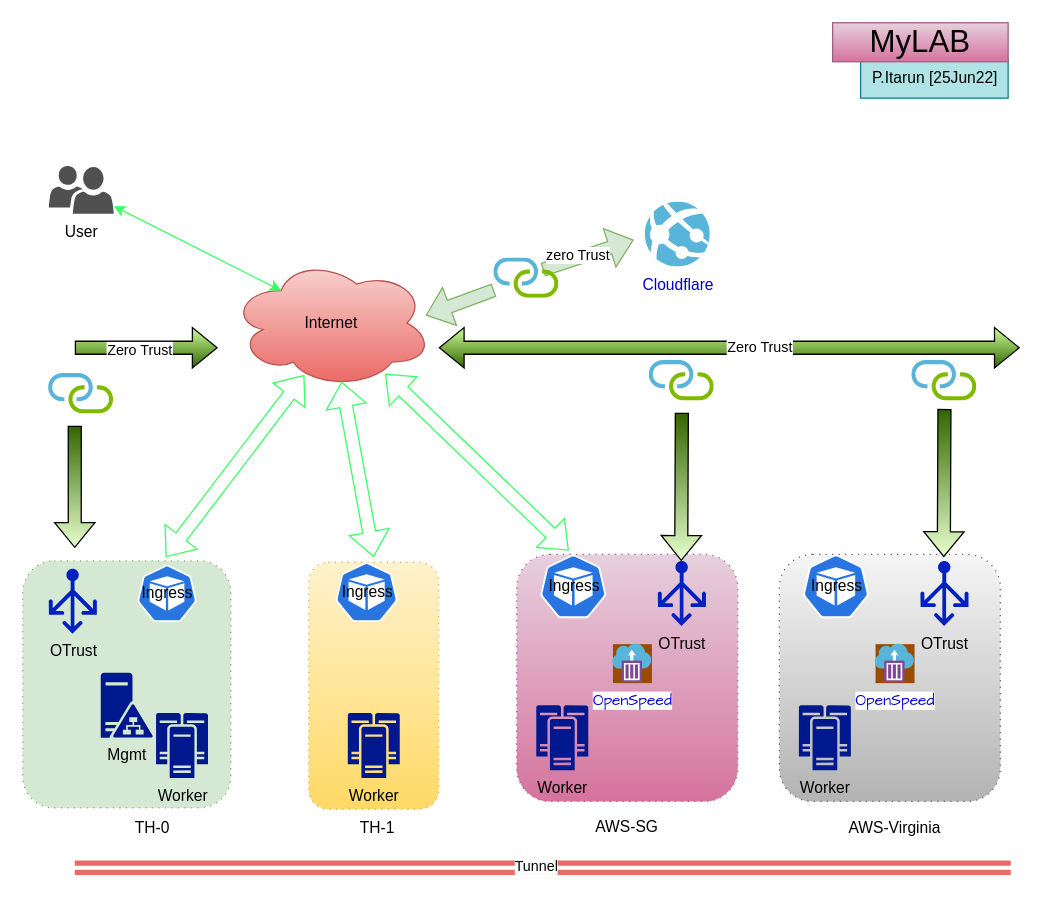
The draw.io diagram page "Page-3" (3 of 4) of swarm_ops_revProxy.drawio in pitimon/Swarm_Ops, before the edit. Source tidied: cells renumbered, new cells numbered last; positions are measured from the earlier drawing's top-left corner, leaving out a move shared by most shapes. Both pictures are drawn from the tidied source at 130%, with x=0, y=0 at pixel (22, 22).
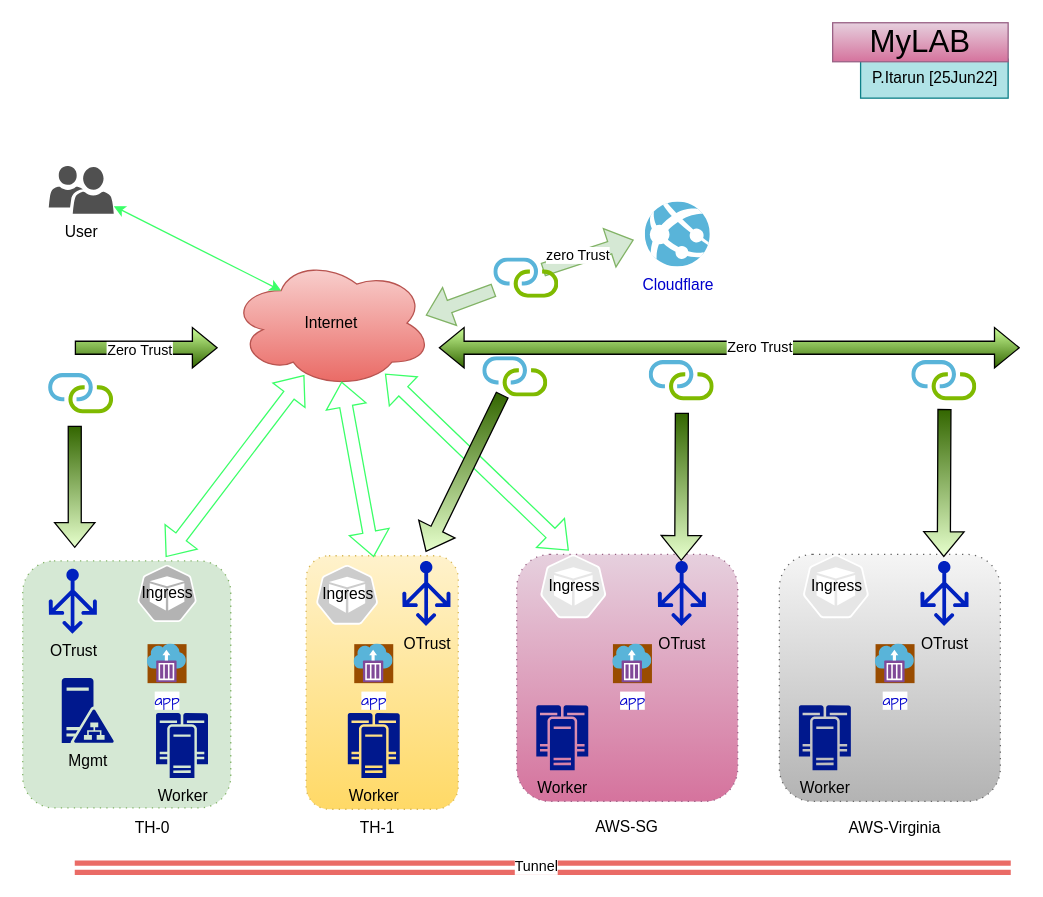
The same page after the edit.

The edit, as a diff of the source:
```diff
@@
     <mxCell id="3" value="Mgmt" style="sketch=0;shadow=0;dashed=0;html=1;strokeColor=none;labelPosition=center;verticalLabelPosition=bottom;verticalAlign=top;align=center;fillColor=#00188D;shape=mxgraph.mscae.enterprise.ad_fs;dashPattern=1 4;" parent="1" vertex="1">
-      <mxGeometry x="60" y="500" width="40" height="50" as="geometry" />
+      <mxGeometry x="30" y="504" width="40" height="50" as="geometry" />
     </mxCell>
@@
-    <mxCell id="6" value="Ingress" style="sketch=0;html=1;dashed=0;whitespace=wrap;fillColor=#2875E2;strokeColor=#ffffff;shape=mxgraph.kubernetes.icon;prIcon=pod;" parent="1" vertex="1">
+    <mxCell id="6" value="Ingress" style="sketch=0;html=1;dashed=0;whitespace=wrap;fillColor=#B3B3B3;strokeColor=#ffffff;shape=mxgraph.kubernetes.icon;prIcon=pod;" parent="1" vertex="1">
       <mxGeometry x="85" y="417" width="52" height="44" as="geometry" />
     </mxCell>
     <mxCell id="7" style="rounded=1;whiteSpace=wrap;html=1;dashed=1;dashPattern=1 4;strokeColor=#d6b656;fillColor=#fff2cc;gradientColor=#ffd966;" parent="1" vertex="1">
-      <mxGeometry x="220" y="415" width="100" height="190" as="geometry" />
+      <mxGeometry x="218" y="410" width="117" height="195" as="geometry" />
     </mxCell>
@@
-    <mxCell id="10" value="Ingress" style="sketch=0;html=1;dashed=0;whitespace=wrap;fillColor=#2875E2;strokeColor=#ffffff;shape=mxgraph.kubernetes.icon;prIcon=pod;" parent="1" vertex="1">
-      <mxGeometry x="235" y="415" width="59" height="46" as="geometry" />
+    <mxCell id="10" value="Ingress" style="sketch=0;html=1;dashed=0;whitespace=wrap;fillColor=#CCCCCC;strokeColor=#ffffff;shape=mxgraph.kubernetes.icon;prIcon=pod;" parent="1" vertex="1">
+      <mxGeometry x="220" y="417" width="59" height="46" as="geometry" />
     </mxCell>
@@
-    <mxCell id="14" value="Ingress" style="sketch=0;html=1;dashed=0;whitespace=wrap;fillColor=#2875E2;strokeColor=#ffffff;shape=mxgraph.kubernetes.icon;prIcon=pod;" parent="1" vertex="1">
+    <mxCell id="14" value="Ingress" style="sketch=0;html=1;dashed=0;whitespace=wrap;fillColor=#E6E6E6;strokeColor=#ffffff;shape=mxgraph.kubernetes.icon;prIcon=pod;" parent="1" vertex="1">
       <mxGeometry x="395" y="409" width="57" height="49" as="geometry" />
     </mxCell>
@@
-    <mxCell id="25" value="OpenSpeed" style="sketch=0;html=1;align=center;image;fontSize=12;image=img/lib/mscae/Container_Instances.svg;dashed=1;dashPattern=1 2;fontFamily=Comic Sans MS;fontColor=#0000CC;gradientColor=#ffffff;gradientDirection=north;imageBackground=#994C00;" parent="1" vertex="1">
+    <mxCell id="25" value="app" style="sketch=0;html=1;align=center;image;fontSize=12;image=img/lib/mscae/Container_Instances.svg;dashed=1;dashPattern=1 2;fontFamily=Comic Sans MS;fontColor=#0000CC;gradientColor=#ffffff;gradientDirection=north;imageBackground=#994C00;" parent="1" vertex="1">
       <mxGeometry x="454" y="478" width="30" height="30" as="geometry" />
     </mxCell>
@@
-    <mxCell id="42" value="Ingress" style="sketch=0;html=1;dashed=0;whitespace=wrap;fillColor=#2875E2;strokeColor=#ffffff;shape=mxgraph.kubernetes.icon;prIcon=pod;" parent="1" vertex="1">
+    <mxCell id="42" value="Ingress" style="sketch=0;html=1;dashed=0;whitespace=wrap;fillColor=#E6E6E6;strokeColor=#ffffff;shape=mxgraph.kubernetes.icon;prIcon=pod;" parent="1" vertex="1">
       <mxGeometry x="597" y="409" width="57" height="49" as="geometry" />
     </mxCell>
-    <mxCell id="43" value="OpenSpeed" style="sketch=0;html=1;align=center;image;fontSize=12;image=img/lib/mscae/Container_Instances.svg;dashed=1;dashPattern=1 2;fontFamily=Comic Sans MS;fontColor=#0000CC;gradientColor=#ffffff;gradientDirection=north;imageBackground=#994C00;" parent="1" vertex="1">
+    <mxCell id="43" value="app" style="sketch=0;html=1;align=center;image;fontSize=12;image=img/lib/mscae/Container_Instances.svg;dashed=1;dashPattern=1 2;fontFamily=Comic Sans MS;fontColor=#0000CC;gradientColor=#ffffff;gradientDirection=north;imageBackground=#994C00;" parent="1" vertex="1">
       <mxGeometry x="656" y="478" width="30" height="30" as="geometry" />
     </mxCell>
@@
+    <mxCell id="49" value="app" style="sketch=0;html=1;align=center;image;fontSize=12;image=img/lib/mscae/Container_Instances.svg;dashed=1;dashPattern=1 2;fontFamily=Comic Sans MS;fontColor=#0000CC;gradientColor=#ffffff;gradientDirection=north;imageBackground=#994C00;" parent="1" vertex="1">
+      <mxGeometry x="96" y="478" width="30" height="30" as="geometry" />
+    </mxCell>
+    <mxCell id="50" value="app" style="sketch=0;html=1;align=center;image;fontSize=12;image=img/lib/mscae/Container_Instances.svg;dashed=1;dashPattern=1 2;fontFamily=Comic Sans MS;fontColor=#0000CC;gradientColor=#ffffff;gradientDirection=north;imageBackground=#994C00;" parent="1" vertex="1">
+      <mxGeometry x="255" y="478" width="30" height="30" as="geometry" />
+    </mxCell>
+    <mxCell id="51" value="OTrust" style="sketch=0;shadow=0;dashed=0;html=1;strokeColor=none;labelPosition=center;verticalLabelPosition=bottom;verticalAlign=top;align=center;fillColor=#0021BF;shape=mxgraph.azure.load_balancer_generic;" parent="1" vertex="1">
+      <mxGeometry x="292" y="414" width="37" height="50" as="geometry" />
+    </mxCell>
+    <mxCell id="52" style="shape=flexArrow;endArrow=none;startArrow=classic;html=1;rounded=0;fillColor=#336600;gradientColor=#E6FFCC;" parent="1" edge="1">
+      <mxGeometry relative="1" as="geometry">
+        <mxPoint x="310" y="407" as="sourcePoint" />
+        <mxPoint x="369" y="286" as="targetPoint" />
+      </mxGeometry>
+    </mxCell>
+    <mxCell id="53" style="sketch=0;html=1;align=center;image;fontSize=12;image=img/lib/mscae/Connection.svg;fontColor=#0000CC;" parent="1" vertex="1">
+      <mxGeometry x="354" y="257" width="50" height="31" as="geometry" />
+    </mxCell>
```
